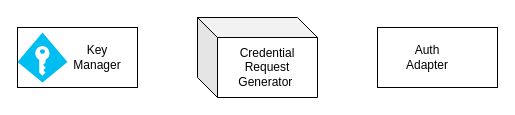
Earlier version of the draw.io diagram docs/_images/credential-request-generator.drawio (mosip/documentation). Source tidied: cells renumbered, new cells numbered last; positions are measured from the earlier drawing's top-left corner, leaving out a move shared by most shapes. Both pictures are drawn from the tidied source at 100%, with x=0, y=0 at pixel (17, 17).
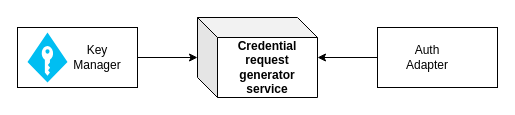
The same page after the edit.

Diff of the diagram source:
```diff
@@
 <mxGraphModel>
   <root>
     <mxCell id="0" />
     <mxCell id="1" parent="0" />
-    <mxCell id="2" value="Credential Request Generator&amp;nbsp;" style="shape=cube;whiteSpace=wrap;html=1;boundedLbl=1;backgroundOutline=1;darkOpacity=0.05;darkOpacity2=0.1;" parent="1" vertex="1">
+    <mxCell id="2" value="&lt;b&gt;Credential request generator service&lt;/b&gt;" style="shape=cube;whiteSpace=wrap;html=1;boundedLbl=1;backgroundOutline=1;darkOpacity=0.05;darkOpacity2=0.1;" parent="1" vertex="1">
       <mxGeometry x="180" width="120" height="80" as="geometry" />
     </mxCell>
     <mxCell id="3" style="rounded=0;whiteSpace=wrap;html=1;" parent="1" vertex="1">
       <mxGeometry y="10" width="120" height="60" as="geometry" />
     </mxCell>
     <mxCell id="4" style="rounded=0;whiteSpace=wrap;html=1;" parent="1" vertex="1">
       <mxGeometry x="360" y="10" width="120" height="60" as="geometry" />
     </mxCell>
     <mxCell id="5" value="Key Manager" style="text;html=1;strokeColor=none;fillColor=none;align=center;verticalAlign=middle;whiteSpace=wrap;rounded=0;" parent="1" vertex="1">
       <mxGeometry x="50" y="25" width="60" height="30" as="geometry" />
     </mxCell>
     <mxCell id="6" value="Auth Adapter" style="text;html=1;strokeColor=none;fillColor=none;align=center;verticalAlign=middle;whiteSpace=wrap;rounded=0;" parent="1" vertex="1">
       <mxGeometry x="380" y="25" width="60" height="30" as="geometry" />
     </mxCell>
     <mxCell id="7" style="verticalLabelPosition=bottom;html=1;verticalAlign=top;align=center;strokeColor=none;fillColor=#00BEF2;shape=mxgraph.azure.access_control;" parent="1" vertex="1">
-      <mxGeometry y="15" width="50" height="50" as="geometry" />
+      <mxGeometry x="10" y="15" width="40" height="50" as="geometry" />
     </mxCell>
+    <mxCell id="8" style="endArrow=classic;html=1;rounded=0;exitX=0;exitY=0.5;exitDx=0;exitDy=0;" parent="1" edge="1" source="4">
+      <mxGeometry relative="1" as="geometry">
+        <mxPoint x="300" y="40" as="targetPoint" />
+      </mxGeometry>
+    </mxCell>
+    <mxCell id="9" style="endArrow=classic;html=1;rounded=0;exitX=1;exitY=0.5;exitDx=0;exitDy=0;" parent="1" edge="1" source="3">
+      <mxGeometry relative="1" as="geometry">
+        <mxPoint x="180" y="40" as="targetPoint" />
+      </mxGeometry>
+    </mxCell>
   </root>
 </mxGraphModel>
```
